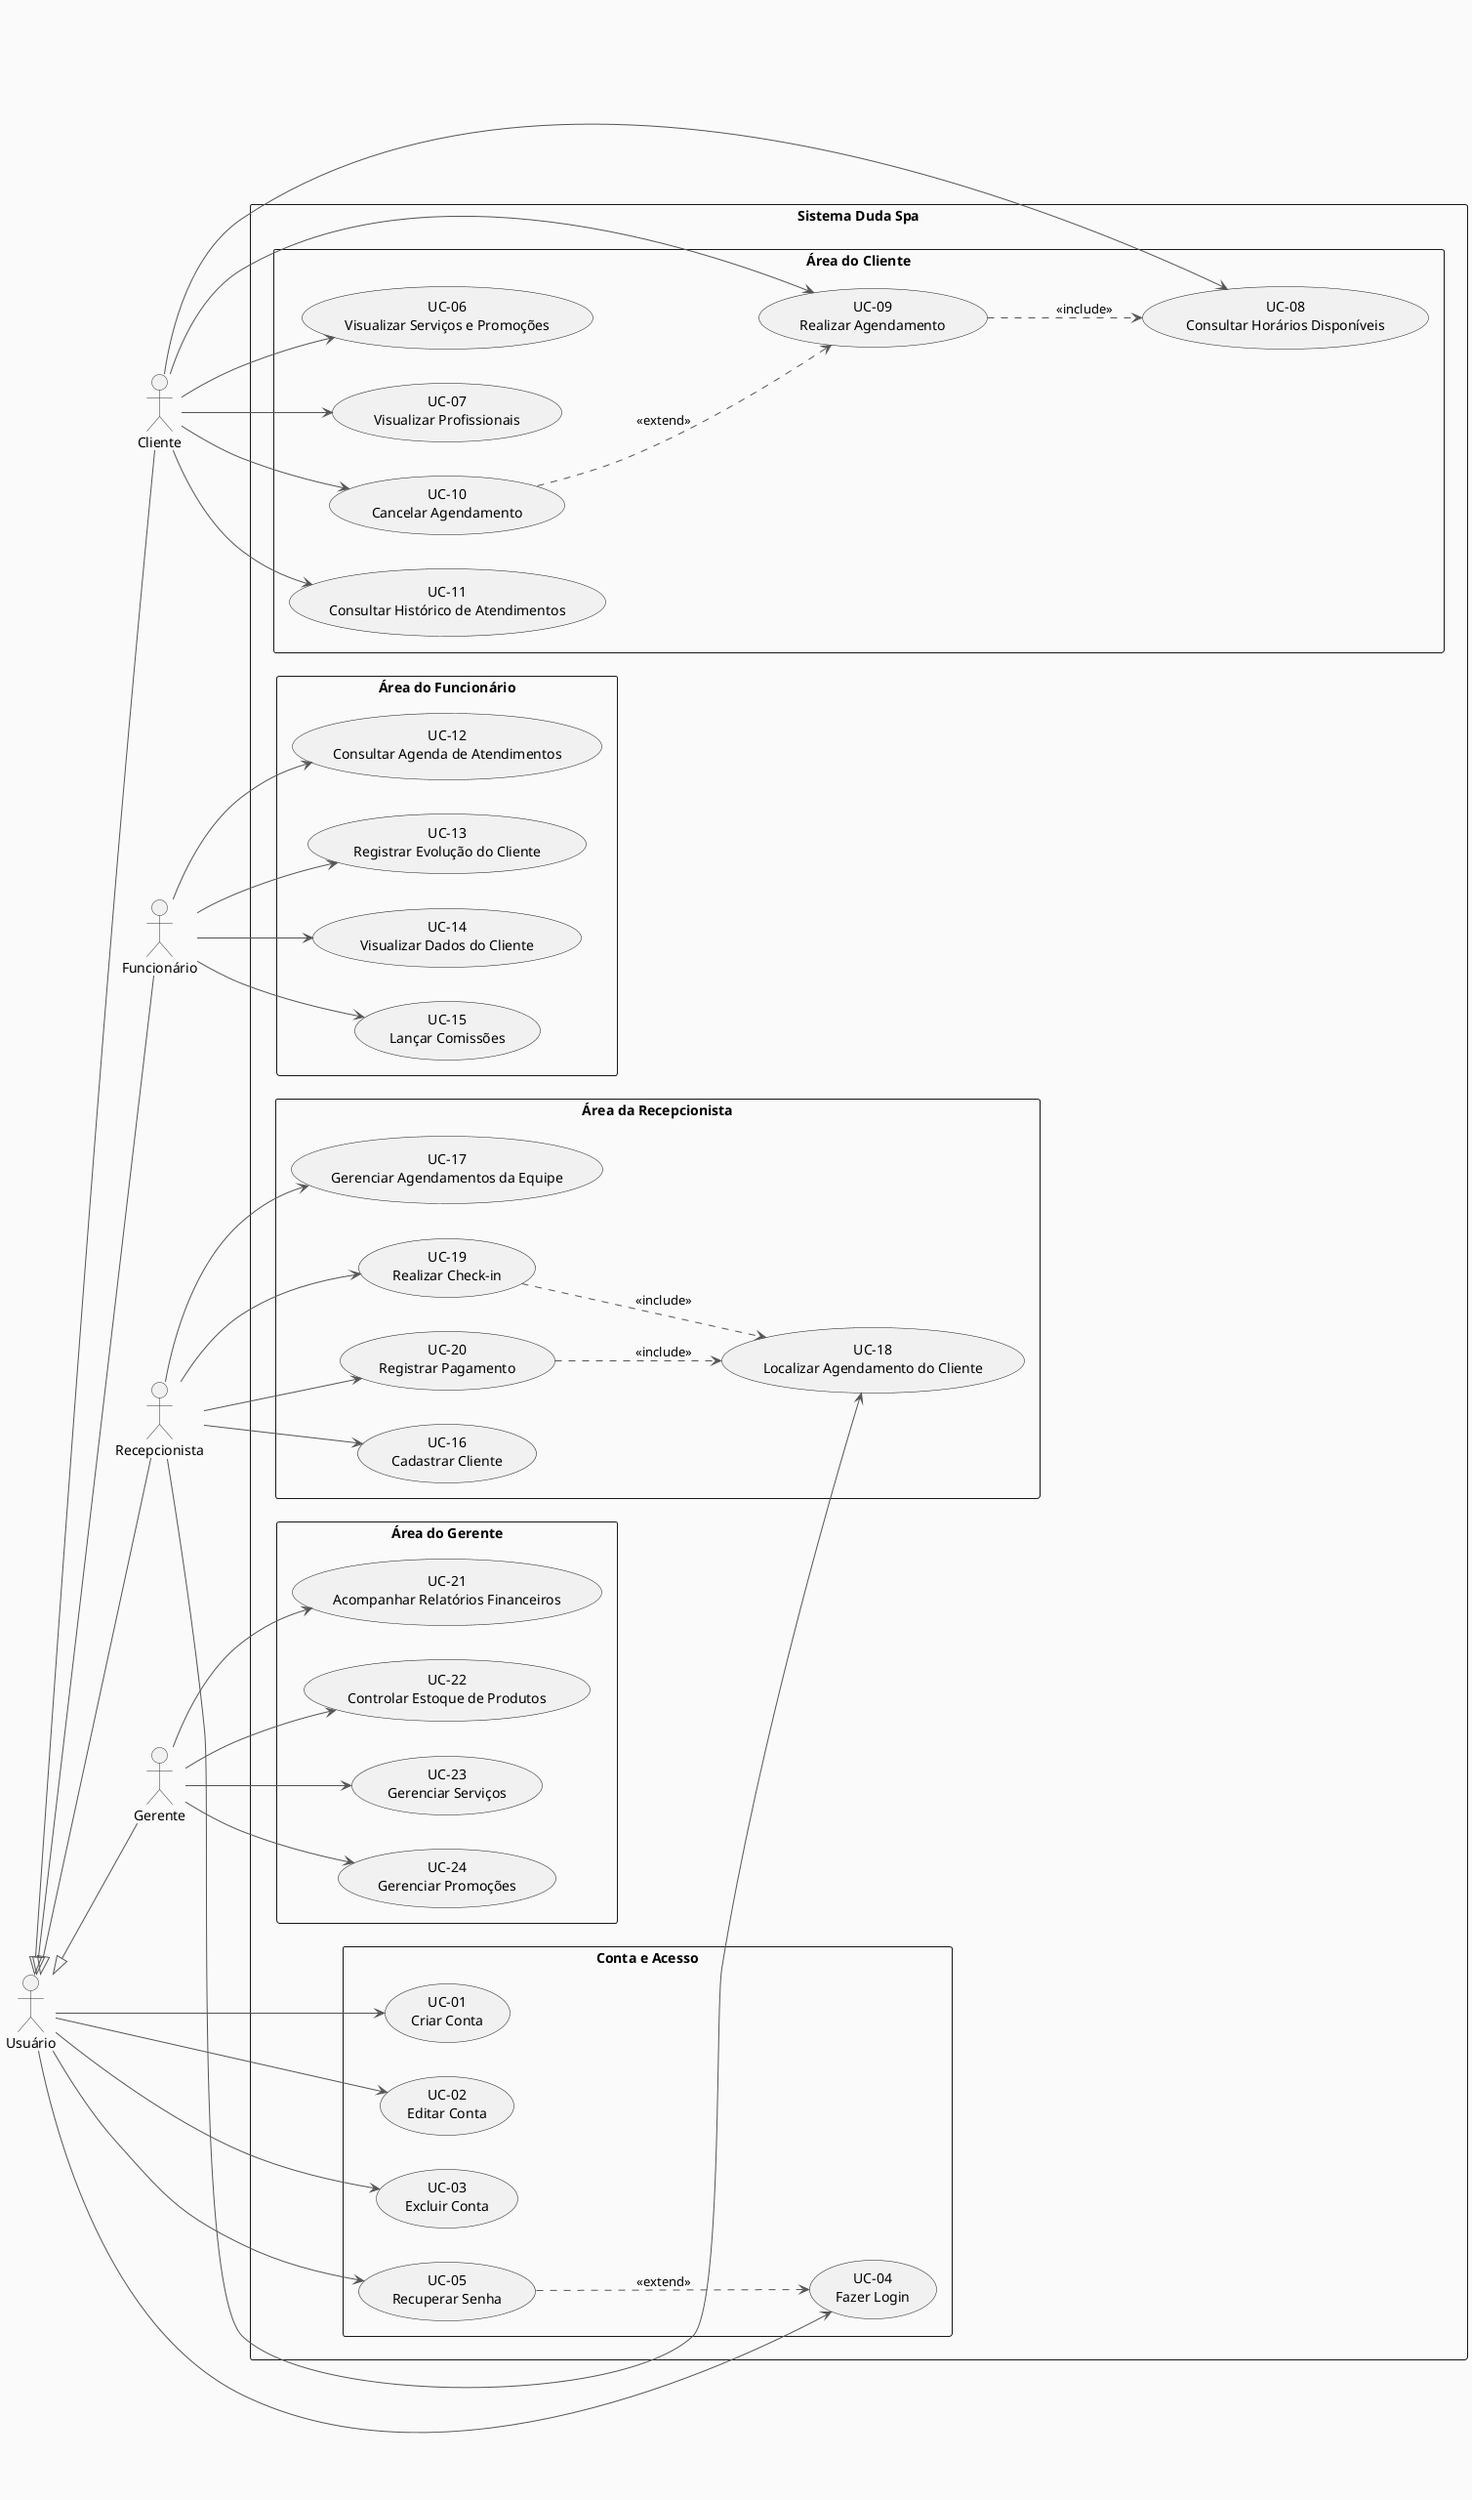
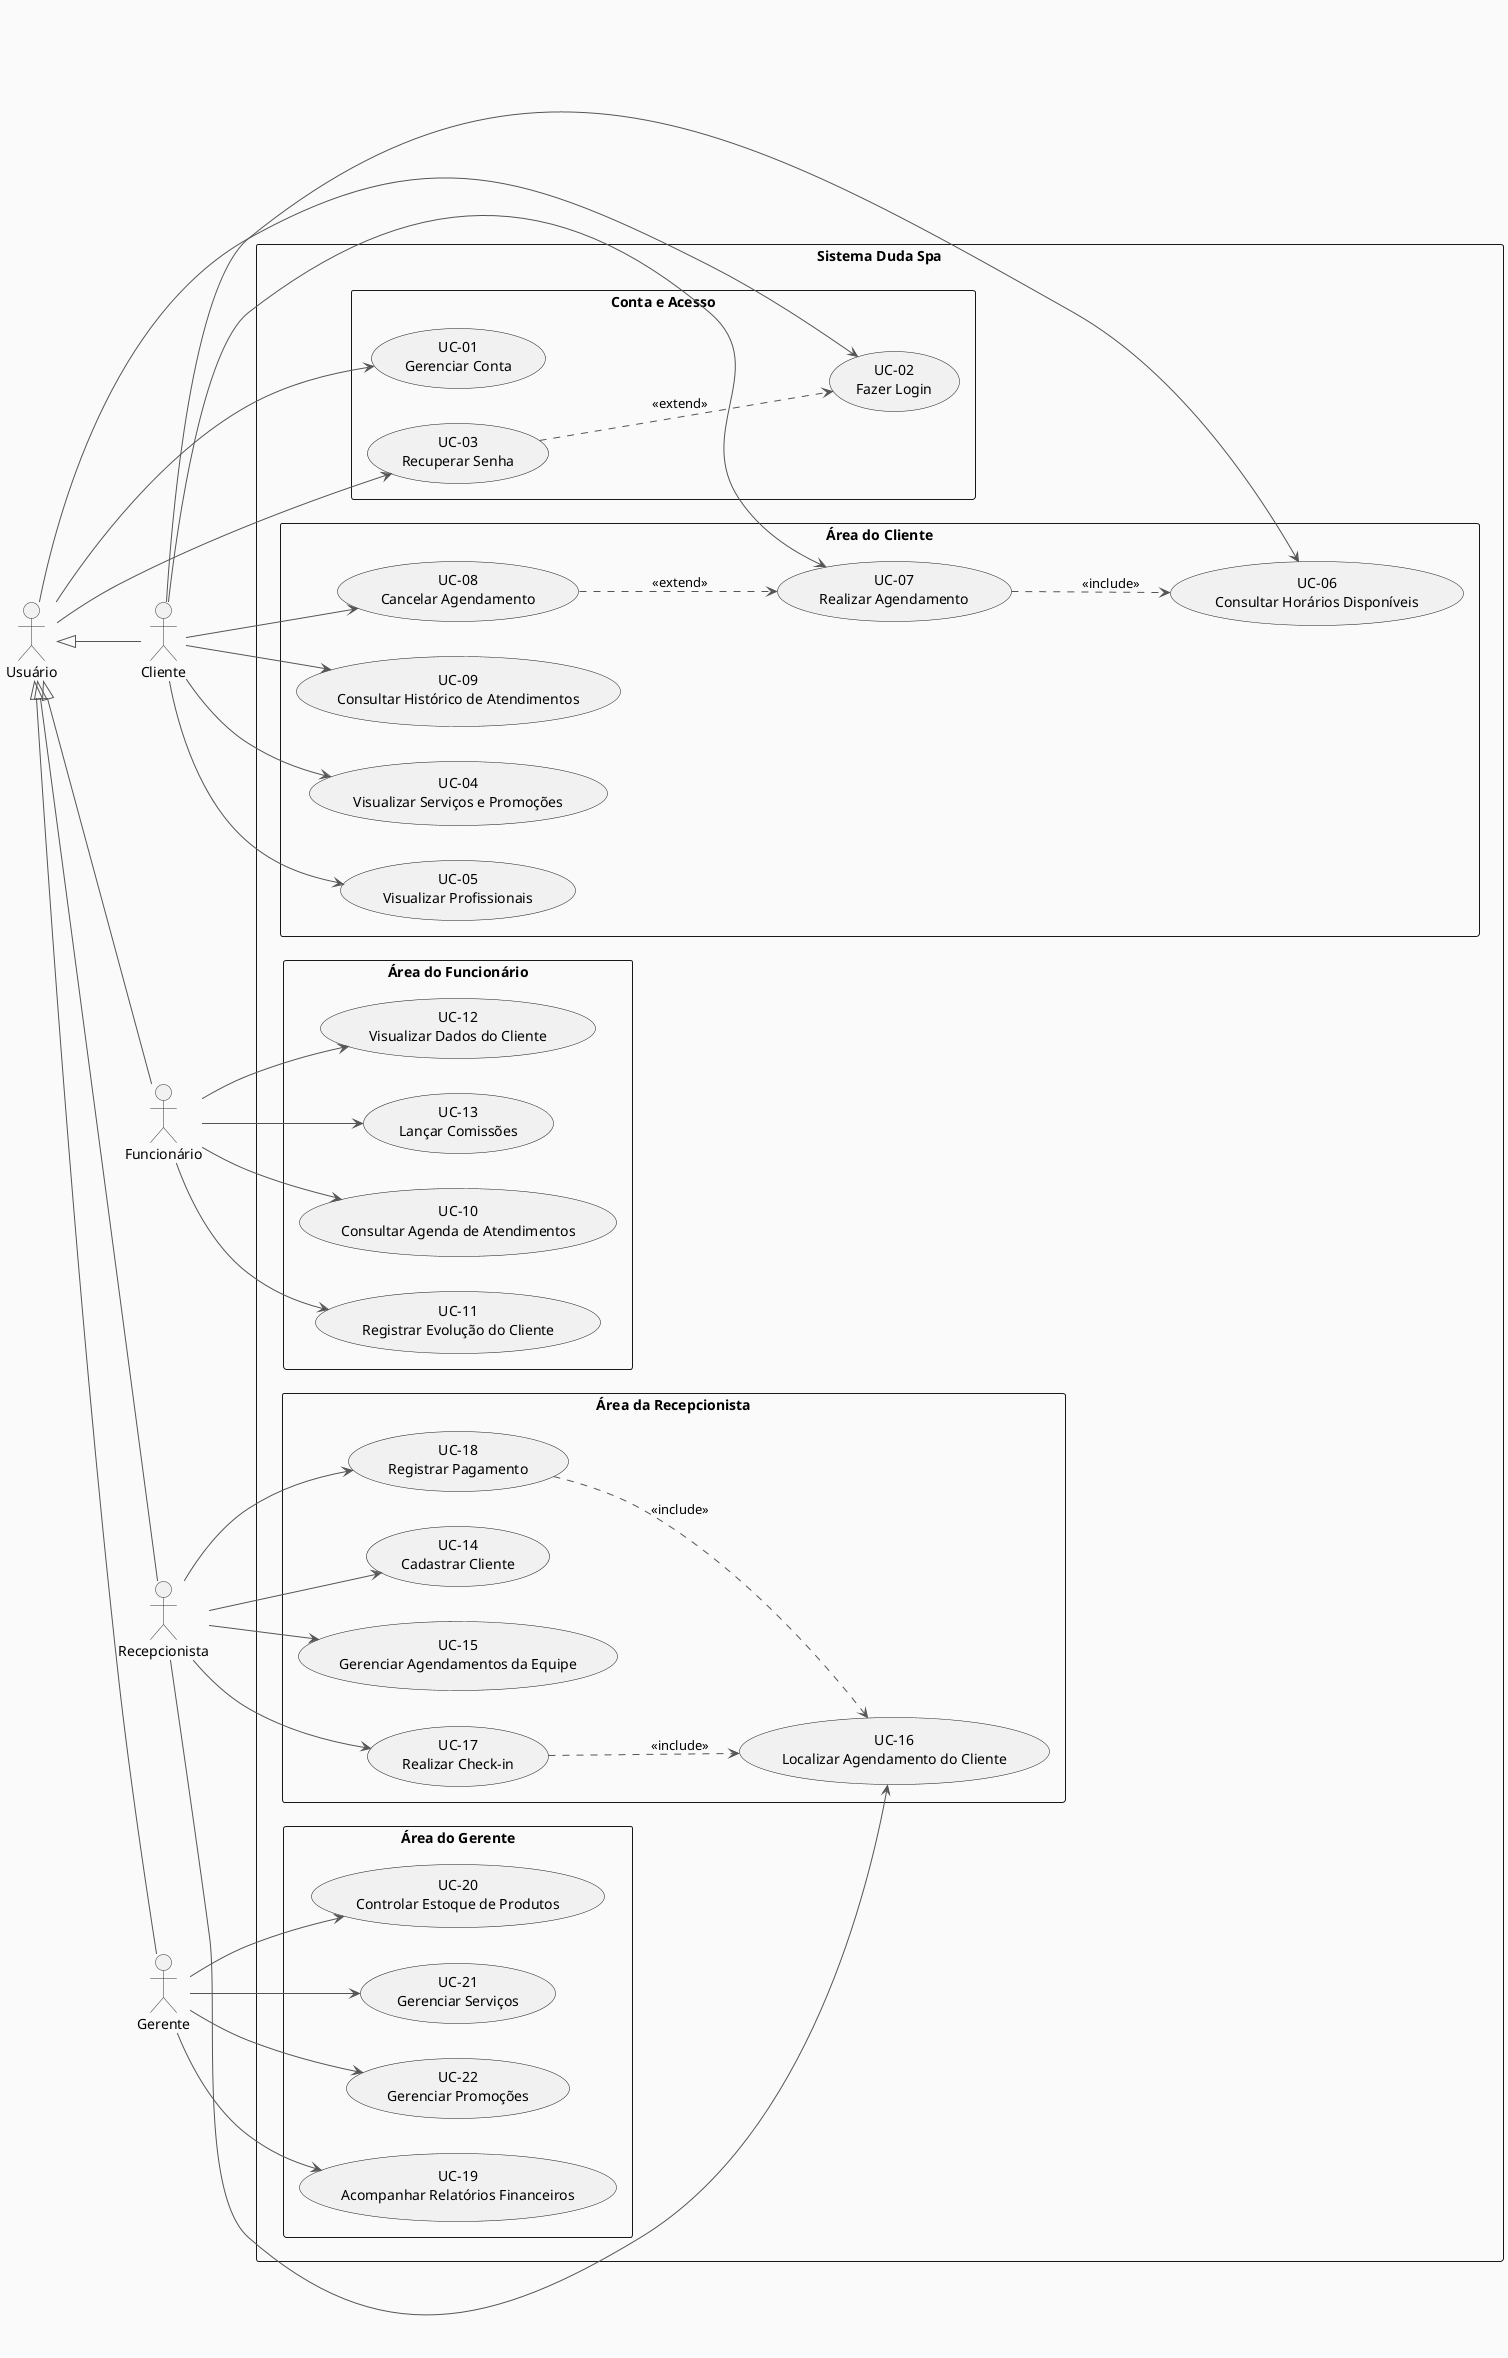
@startuml DudaSpa_CasosDeUso

left to right direction
skinparam packageStyle rectangle
skinparam backgroundColor #FAFAFA
skinparam ArrowColor #555555
skinparam ActorBorderColor #333333

actor "Usuário" as Usuario
actor "Cliente" as Cliente
actor "Funcionário" as Funcionario
actor "Recepcionista" as Recepcionista
actor "Gerente" as Gerente

Usuario <|-- Cliente
Usuario <|-- Funcionario
Usuario <|-- Recepcionista
Usuario <|-- Gerente

rectangle "Sistema Duda Spa" {

  package "Conta e Acesso" {

-     usecase "UC-01\nCriar Conta" as UC01
-     usecase "UC-02\nEditar Conta" as UC02
-     usecase "UC-03\nExcluir Conta" as UC03
-     usecase "UC-04\nFazer Login" as UC04
-     usecase "UC-05\nRecuperar Senha" as UC05
+     usecase "UC-01\nGerenciar Conta" as UC01
+     usecase "UC-02\nFazer Login" as UC02
+     usecase "UC-03\nRecuperar Senha" as UC03

  }

  package "Área do Cliente" {
- 
-     usecase "UC-06\nVisualizar Serviços e Promoções" as UC06
-     usecase "UC-07\nVisualizar Profissionais" as UC07
-     usecase "UC-08\nConsultar Horários Disponíveis" as UC08
-     usecase "UC-09\nRealizar Agendamento" as UC09
-     usecase "UC-10\nCancelar Agendamento" as UC10
-     usecase "UC-11\nConsultar Histórico de Atendimentos" as UC11
+     usecase "UC-04\nVisualizar Serviços e Promoções" as UC04
+     usecase "UC-05\nVisualizar Profissionais" as UC05
+     usecase "UC-06\nConsultar Horários Disponíveis" as UC06
+     usecase "UC-07\nRealizar Agendamento" as UC07
+     usecase "UC-08\nCancelar Agendamento" as UC08
+     usecase "UC-09\nConsultar Histórico de Atendimentos" as UC09

  }

  package "Área do Funcionário" {

-     usecase "UC-12\nConsultar Agenda de Atendimentos" as UC12
-     usecase "UC-13\nRegistrar Evolução do Cliente" as UC13
-     usecase "UC-14\nVisualizar Dados do Cliente" as UC14
-     usecase "UC-15\nLançar Comissões" as UC15
+     usecase "UC-10\nConsultar Agenda de Atendimentos" as UC10
+     usecase "UC-11\nRegistrar Evolução do Cliente" as UC11
+     usecase "UC-12\nVisualizar Dados do Cliente" as UC12
+     usecase "UC-13\nLançar Comissões" as UC13

  }

  package "Área da Recepcionista" {

-     usecase "UC-16\nCadastrar Cliente" as UC16
-     usecase "UC-17\nGerenciar Agendamentos da Equipe" as UC17
-     usecase "UC-18\nLocalizar Agendamento do Cliente" as UC18
-     usecase "UC-19\nRealizar Check-in" as UC19
-     usecase "UC-20\nRegistrar Pagamento" as UC20
+     usecase "UC-14\nCadastrar Cliente" as UC14
+     usecase "UC-15\nGerenciar Agendamentos da Equipe" as UC15
+     usecase "UC-16\nLocalizar Agendamento do Cliente" as UC16
+     usecase "UC-17\nRealizar Check-in" as UC17
+     usecase "UC-18\nRegistrar Pagamento" as UC18

  }

  package "Área do Gerente" {

-     usecase "UC-21\nAcompanhar Relatórios Financeiros" as UC21
-     usecase "UC-22\nControlar Estoque de Produtos" as UC22
-     usecase "UC-23\nGerenciar Serviços" as UC23
-     usecase "UC-24\nGerenciar Promoções" as UC24
+     usecase "UC-19\nAcompanhar Relatórios Financeiros" as UC19
+     usecase "UC-20\nControlar Estoque de Produtos" as UC20
+     usecase "UC-21\nGerenciar Serviços" as UC21
+     usecase "UC-22\nGerenciar Promoções" as UC22

  }

}

Usuario --> UC01
Usuario --> UC02
Usuario --> UC03
- Usuario --> UC04
- Usuario --> UC05

+ Cliente --> UC04
+ Cliente --> UC05
Cliente --> UC06
Cliente --> UC07
Cliente --> UC08
Cliente --> UC09
- Cliente --> UC10
- Cliente --> UC11

+ Funcionario --> UC10
+ Funcionario --> UC11
Funcionario --> UC12
Funcionario --> UC13
- Funcionario --> UC14
- Funcionario --> UC15

+ Recepcionista --> UC14
+ Recepcionista --> UC15
Recepcionista --> UC16
Recepcionista --> UC17
Recepcionista --> UC18
- Recepcionista --> UC19
- Recepcionista --> UC20

+ Gerente --> UC19
+ Gerente --> UC20
Gerente --> UC21
Gerente --> UC22
- Gerente --> UC23
- Gerente --> UC24


- UC09 ..> UC08 : <<include>>
- UC19 ..> UC18 : <<include>>
- UC20 ..> UC18 : <<include>>

- UC05 ..> UC04 : <<extend>>
- UC10 ..> UC09 : <<extend>>
+ UC07 ..> UC06 : <<include>>
+ UC17 ..> UC16 : <<include>>
+ UC18 ..> UC16 : <<include>>
+ 
+ UC03 ..> UC02 : <<extend>>
+ UC08 ..> UC07 : <<extend>>

@enduml